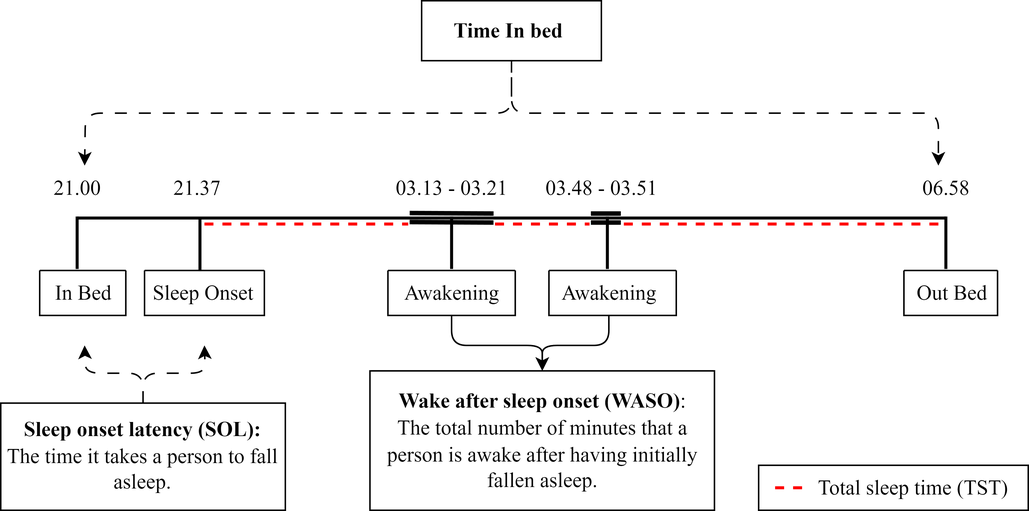
Above: Plots/Nightperiod.drawio.png in laurateilmann/Bachelor (draw.io), before the change. Source tidied: cells renumbered, new cells last; positions are measured from the earlier drawing's top-left corner, leaving out a move shared by most shapes.
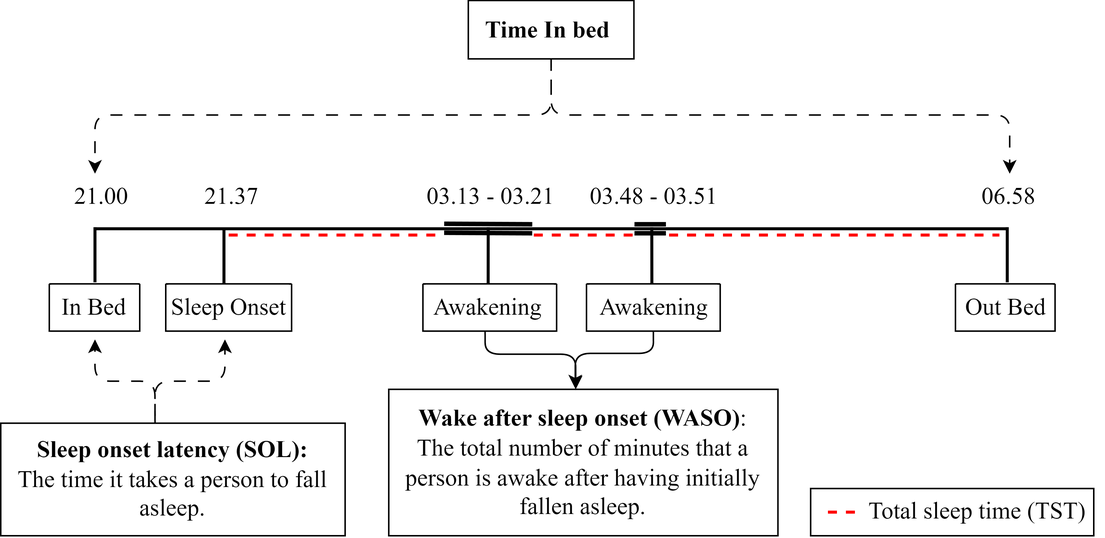
The same diagram one commit later.

The edit, as a diff of the source:
```diff
@@ -2,153 +2,176 @@
   <root>
     <mxCell id="0" />
     <mxCell id="1" parent="0" />
+    <mxCell id="40" style="group;" parent="1" vertex="1">
+      <mxGeometry x="-37" y="-17.2" width="730" height="357.2" as="geometry" />
+    </mxCell>
-    <mxCell id="2" style="rounded=0;whiteSpace=wrap;html=1;fontSize=14;" parent="1" vertex="1">
-      <mxGeometry x="506" y="310" width="180" height="30" as="geometry" />
+    <mxCell id="2" style="rounded=0;whiteSpace=wrap;html=1;fontSize=14;" parent="40" vertex="1">
+      <mxGeometry x="540.9" y="325.7" width="189.1" height="31.5" as="geometry" />
     </mxCell>
-    <mxCell id="3" style="edgeStyle=orthogonalEdgeStyle;rounded=1;jettySize=auto;html=1;exitX=0.5;exitY=1;exitDx=0;exitDy=0;dashed=1;dashPattern=8 8;fontSize=14;" parent="1" edge="1" source="5">
+    <mxCell id="3" style="edgeStyle=orthogonalEdgeStyle;rounded=1;jettySize=auto;html=1;exitX=0.5;exitY=1;exitDx=0;exitDy=0;dashed=1;dashPattern=8 8;fontSize=14;" parent="40" edge="1" source="5">
       <mxGeometry relative="1" as="geometry">
-        <mxPoint x="56" y="110" as="targetPoint" />
+        <mxPoint x="62.9" y="115.6" as="targetPoint" />
+        <Array as="points">
+          <mxPoint x="367.8" y="76.4" />
+          <mxPoint x="62.7" y="76.4" />
+        </Array>
       </mxGeometry>
     </mxCell>
-    <mxCell id="4" style="edgeStyle=orthogonalEdgeStyle;rounded=1;orthogonalLoop=1;jettySize=auto;html=1;exitX=0.5;exitY=1;exitDx=0;exitDy=0;dashed=1;dashPattern=8 8;fontSize=14;" parent="1" edge="1">
+    <mxCell id="4" style="edgeStyle=orthogonalEdgeStyle;rounded=1;jettySize=auto;html=1;exitX=0.5;exitY=1;exitDx=0;exitDy=0;dashed=1;dashPattern=8 8;fontSize=14;" parent="40" edge="1" target="15">
       <mxGeometry relative="1" as="geometry">
-        <mxPoint x="341" y="35" as="sourcePoint" />
-        <mxPoint x="626" y="110" as="targetPoint" />
+        <mxPoint x="367.6" y="36.8" as="sourcePoint" />
         <Array as="points">
-          <mxPoint x="341" y="75" />
-          <mxPoint x="626" y="75" />
+          <mxPoint x="367.8" y="76.4" />
+          <mxPoint x="673.8" y="76.4" />
         </Array>
       </mxGeometry>
     </mxCell>
-    <mxCell id="5" value="&lt;font face=&quot;Times New Roman&quot; style=&quot;font-size: 14px;&quot;&gt;&lt;b style=&quot;font-size: 14px;&quot;&gt;Time In bed&amp;nbsp;&lt;/b&gt;&lt;/font&gt;" style="rounded=0;whiteSpace=wrap;html=1;fontSize=14;" parent="1" vertex="1">
-      <mxGeometry x="281" width="120" height="40" as="geometry" />
+    <mxCell id="5" value="&lt;font face=&quot;Times New Roman&quot; style=&quot;font-size: 16px;&quot;&gt;&lt;b style=&quot;&quot;&gt;Time In bed&amp;nbsp;&lt;/b&gt;&lt;/font&gt;" style="rounded=0;whiteSpace=wrap;html=1;fontSize=14;" parent="40" vertex="1">
+      <mxGeometry x="312.3" width="110.6" height="39" as="geometry" />
     </mxCell>
-    <mxCell id="6" style="line;strokeWidth=2;html=1;perimeter=backbonePerimeter;fontSize=14;" parent="1" vertex="1">
-      <mxGeometry x="51" y="140" width="580" height="10" as="geometry" />
+    <mxCell id="6" style="line;strokeWidth=2;html=1;perimeter=backbonePerimeter;fontSize=14;" parent="40" vertex="1">
+      <mxGeometry x="62.9" y="147.1" width="609.3" height="10.5" as="geometry" />
     </mxCell>
-    <mxCell id="7" style="endArrow=none;html=1;rounded=0;strokeWidth=2;fontSize=14;" parent="1" edge="1">
+    <mxCell id="7" style="endArrow=none;html=1;rounded=0;strokeWidth=2;fontSize=14;" parent="40" edge="1">
       <mxGeometry relative="1" as="geometry">
-        <mxPoint x="51" y="179" as="sourcePoint" />
-        <mxPoint x="51" y="144" as="targetPoint" />
+        <mxPoint x="62.9" y="188" as="sourcePoint" />
+        <mxPoint x="62.9" y="151.3" as="targetPoint" />
       </mxGeometry>
     </mxCell>
-    <mxCell id="8" style="endArrow=none;html=1;rounded=0;strokeWidth=2;fontSize=14;" parent="1" edge="1">
+    <mxCell id="8" style="endArrow=none;html=1;rounded=0;strokeWidth=2;fontSize=14;" parent="40" edge="1">
       <mxGeometry relative="1" as="geometry">
-        <mxPoint x="133" y="180" as="sourcePoint" />
-        <mxPoint x="133" y="145" as="targetPoint" />
+        <mxPoint x="149.1" y="189.1" as="sourcePoint" />
+        <mxPoint x="149.1" y="152.3" as="targetPoint" />
       </mxGeometry>
     </mxCell>
-    <mxCell id="9" style="swimlane;startSize=0;fontSize=14;" parent="1" vertex="1">
-      <mxGeometry x="26" y="180" width="57.5" height="30" as="geometry" />
+    <mxCell id="9" style="swimlane;startSize=0;fontSize=14;" parent="40" vertex="1">
+      <mxGeometry x="32.4" y="189.1" width="60.4" height="31.5" as="geometry" />
     </mxCell>
-    <mxCell id="10" value="&lt;font face=&quot;Times New Roman&quot; style=&quot;font-size: 14px;&quot;&gt;In Bed&lt;/font&gt;" style="text;html=1;align=center;verticalAlign=middle;strokeColor=none;fillColor=none;fontSize=14;" parent="9" vertex="1">
-      <mxGeometry x="-1.5" width="60" height="30" as="geometry" />
+    <mxCell id="10" value="&lt;font face=&quot;Times New Roman&quot; style=&quot;font-size: 16px;&quot;&gt;In Bed&lt;/font&gt;" style="text;html=1;align=center;verticalAlign=middle;strokeColor=none;fillColor=none;fontSize=14;" parent="9" vertex="1">
+      <mxGeometry x="-5.7" width="70" height="30" as="geometry" />
     </mxCell>
-    <mxCell id="11" style="swimlane;startSize=0;fontSize=14;" parent="1" vertex="1">
-      <mxGeometry x="96" y="180" width="80" height="30" as="geometry" />
+    <mxCell id="11" style="swimlane;startSize=0;fontSize=14;" parent="40" vertex="1">
+      <mxGeometry x="110.2" y="189.1" width="84" height="31.5" as="geometry" />
     </mxCell>
-    <mxCell id="12" value="&lt;font face=&quot;Times New Roman&quot; style=&quot;font-size: 14px;&quot;&gt;Sleep Onset&lt;/font&gt;" style="text;html=1;align=center;verticalAlign=middle;strokeColor=none;fillColor=none;fontSize=14;" parent="11" vertex="1">
-      <mxGeometry x="-6" width="90" height="30" as="geometry" />
+    <mxCell id="12" value="&lt;font face=&quot;Times New Roman&quot; style=&quot;font-size: 16px;&quot;&gt;Sleep Onset&lt;/font&gt;" style="text;html=1;align=center;verticalAlign=middle;strokeColor=none;fillColor=none;fontSize=14;" parent="11" vertex="1">
+      <mxGeometry x="-8" width="100" height="30" as="geometry" />
     </mxCell>
-    <mxCell id="13" value="&lt;font face=&quot;Times New Roman&quot; style=&quot;font-size: 14px;&quot;&gt;21.00&lt;/font&gt;" style="text;html=1;align=center;verticalAlign=middle;strokeColor=none;fillColor=none;fontSize=14;" parent="1" vertex="1">
-      <mxGeometry x="21" y="110" width="60" height="30" as="geometry" />
+    <mxCell id="13" value="&lt;font face=&quot;Times New Roman&quot; style=&quot;font-size: 16px;&quot;&gt;21.00&lt;/font&gt;" style="text;html=1;align=center;verticalAlign=middle;strokeColor=none;fillColor=none;fontSize=14;" parent="40" vertex="1">
+      <mxGeometry x="36.7" y="115.6" width="60" height="30" as="geometry" />
     </mxCell>
-    <mxCell id="14" value="&lt;font face=&quot;Times New Roman&quot; style=&quot;font-size: 14px;&quot;&gt;21.37&lt;/font&gt;" style="text;html=1;align=center;verticalAlign=middle;strokeColor=none;fillColor=none;fontSize=14;" parent="1" vertex="1">
-      <mxGeometry x="101" y="110" width="60" height="30" as="geometry" />
+    <mxCell id="14" value="&lt;font face=&quot;Times New Roman&quot; style=&quot;font-size: 16px;&quot;&gt;21.37&lt;/font&gt;" style="text;html=1;align=center;verticalAlign=middle;strokeColor=none;fillColor=none;fontSize=14;" parent="40" vertex="1">
+      <mxGeometry x="124.2" y="115.6" width="60" height="30" as="geometry" />
     </mxCell>
-    <mxCell id="15" value="&lt;font face=&quot;Times New Roman&quot; style=&quot;font-size: 14px;&quot;&gt;06.58&lt;/font&gt;" style="text;html=1;align=center;verticalAlign=middle;points=[];strokeColor=none;fillColor=none;fontSize=14;" parent="1" vertex="1">
-      <mxGeometry x="601" y="110" width="60" height="30" as="geometry" />
+    <mxCell id="15" value="&lt;font face=&quot;Times New Roman&quot; style=&quot;font-size: 16px;&quot;&gt;06.58&lt;/font&gt;" style="text;html=1;align=center;verticalAlign=middle;points=[];strokeColor=none;fillColor=none;fontSize=14;" parent="40" vertex="1">
+      <mxGeometry x="642.8" y="115.6" width="60" height="30" as="geometry" />
     </mxCell>
-    <mxCell id="16" style="endArrow=none;html=1;rounded=0;strokeWidth=2;fontSize=14;" parent="1" edge="1">
+    <mxCell id="16" style="endArrow=none;html=1;rounded=0;strokeWidth=2;fontSize=14;" parent="40" edge="1">
       <mxGeometry relative="1" as="geometry">
-        <mxPoint x="631" y="179" as="sourcePoint" />
-        <mxPoint x="631" y="144" as="targetPoint" />
+        <mxPoint x="672.2" y="188" as="sourcePoint" />
+        <mxPoint x="672.2" y="151.3" as="targetPoint" />
       </mxGeometry>
     </mxCell>
-    <mxCell id="17" style="swimlane;startSize=0;fontSize=14;" parent="1" vertex="1">
-      <mxGeometry x="603" y="180" width="62.5" height="30" as="geometry" />
+    <mxCell id="17" style="swimlane;startSize=0;fontSize=14;" parent="40" vertex="1">
+      <mxGeometry x="637.6" y="189.1" width="66.5" height="31.5" as="geometry" />
     </mxCell>
-    <mxCell id="18" value="&lt;font face=&quot;Times New Roman&quot; style=&quot;font-size: 14px;&quot;&gt;Out Bed&lt;/font&gt;" style="text;html=1;align=center;verticalAlign=middle;strokeColor=none;fillColor=none;fontSize=14;" parent="17" vertex="1">
-      <mxGeometry x="-3.5" width="70" height="30" as="geometry" />
+    <mxCell id="18" value="&lt;font face=&quot;Times New Roman&quot; style=&quot;font-size: 16px;&quot;&gt;Out Bed&lt;/font&gt;" style="text;html=1;align=center;verticalAlign=middle;strokeColor=none;fillColor=none;fontSize=14;" parent="17" vertex="1">
+      <mxGeometry x="-6.7" width="80" height="30" as="geometry" />
     </mxCell>
-    <mxCell id="19" style="shape=link;html=1;rounded=0;strokeWidth=3;fontSize=14;" parent="1" edge="1">
+    <mxCell id="19" style="shape=link;html=1;rounded=0;strokeWidth=3;fontSize=14;" parent="40" edge="1">
       <mxGeometry relative="1" as="geometry">
-        <mxPoint x="273" y="144.7" as="sourcePoint" />
-        <mxPoint x="329" y="145" as="targetPoint" />
+        <mxPoint x="296.1" y="152" as="sourcePoint" />
+        <mxPoint x="355" y="152.3" as="targetPoint" />
       </mxGeometry>
     </mxCell>
-    <mxCell id="20" style="shape=link;html=1;rounded=0;strokeWidth=3;fontSize=14;" parent="1" edge="1">
+    <mxCell id="20" style="shape=link;html=1;rounded=0;strokeWidth=3;fontSize=14;" parent="40" edge="1">
       <mxGeometry relative="1" as="geometry">
-        <mxPoint x="394" y="145" as="sourcePoint" />
-        <mxPoint x="414" y="145" as="targetPoint" />
+        <mxPoint x="423.3" y="152.3" as="sourcePoint" />
+        <mxPoint x="444.3" y="152.3" as="targetPoint" />
       </mxGeometry>
     </mxCell>
-    <mxCell id="21" value="&lt;font face=&quot;Times New Roman&quot; style=&quot;font-size: 14px;&quot;&gt;03.13 - 03.21&lt;/font&gt;" style="text;html=1;align=center;verticalAlign=middle;strokeColor=none;fillColor=none;fontSize=14;" parent="1" vertex="1">
-      <mxGeometry x="251" y="110" width="100" height="30" as="geometry" />
+    <mxCell id="21" value="&lt;font face=&quot;Times New Roman&quot; style=&quot;font-size: 16px;&quot;&gt;03.13 - 03.21&lt;/font&gt;" style="text;html=1;align=center;verticalAlign=middle;strokeColor=none;fillColor=none;fontSize=14;" parent="40" vertex="1">
+      <mxGeometry x="271.6" y="115.6" width="110" height="30" as="geometry" />
     </mxCell>
-    <mxCell id="22" value="&lt;font face=&quot;Times New Roman&quot; style=&quot;font-size: 14px;&quot;&gt;03.48 - 03.51&lt;/font&gt;" style="text;html=1;align=center;verticalAlign=middle;strokeColor=none;fillColor=none;fontSize=14;" parent="1" vertex="1">
-      <mxGeometry x="351" y="110" width="100" height="30" as="geometry" />
+    <mxCell id="22" value="&lt;font face=&quot;Times New Roman&quot; style=&quot;font-size: 16px;&quot;&gt;03.48 - 03.51&lt;/font&gt;" style="text;html=1;align=center;verticalAlign=middle;strokeColor=none;fillColor=none;fontSize=14;" parent="40" vertex="1">
+      <mxGeometry x="380.9" y="115.6" width="110" height="30" as="geometry" />
     </mxCell>
-    <mxCell id="23" style="endArrow=none;html=1;rounded=0;strokeWidth=2;fontSize=14;" parent="1" edge="1">
+    <mxCell id="23" style="endArrow=none;html=1;rounded=0;strokeWidth=2;fontSize=14;exitX=0.488;exitY=-0.004;exitDx=0;exitDy=0;exitPerimeter=0;" parent="40" edge="1" source="24">
       <mxGeometry relative="1" as="geometry">
-        <mxPoint x="301" y="179" as="sourcePoint" />
-        <mxPoint x="301" y="144" as="targetPoint" />
+        <mxPoint x="325.6" y="151.3" as="targetPoint" />
       </mxGeometry>
     </mxCell>
-    <mxCell id="24" style="swimlane;startSize=0;fontSize=14;" parent="1" vertex="1">
-      <mxGeometry x="258.5" y="180" width="85" height="30" as="geometry" />
+    <mxCell id="24" style="swimlane;startSize=0;fontSize=14;" parent="40" vertex="1">
+      <mxGeometry x="282" y="189.1" width="89.3" height="31.5" as="geometry" />
     </mxCell>
-    <mxCell id="25" value="&lt;font face=&quot;Times New Roman&quot; style=&quot;font-size: 14px;&quot;&gt;Awakening&lt;/font&gt;" style="text;html=1;align=center;verticalAlign=middle;points=[];strokeColor=none;fillColor=none;fontSize=14;" parent="24" vertex="1">
-      <mxGeometry x="-2.5" width="90" height="30" as="geometry" />
+    <mxCell id="25" value="&lt;font face=&quot;Times New Roman&quot; style=&quot;font-size: 16px;&quot;&gt;Awakening&lt;/font&gt;" style="text;html=1;align=center;verticalAlign=middle;points=[];strokeColor=none;fillColor=none;fontSize=14;" parent="24" vertex="1">
+      <mxGeometry x="-6.8" width="100" height="30" as="geometry" />
     </mxCell>
-    <mxCell id="26" style="endArrow=none;html=1;rounded=0;strokeWidth=2;fontSize=14;" parent="1" edge="1">
+    <mxCell id="26" style="endArrow=none;html=1;rounded=0;strokeWidth=2;fontSize=14;exitX=0.489;exitY=0;exitDx=0;exitDy=0;exitPerimeter=0;" parent="40" edge="1" source="27">
       <mxGeometry relative="1" as="geometry">
-        <mxPoint x="405" y="179" as="sourcePoint" />
-        <mxPoint x="405" y="144" as="targetPoint" />
+        <mxPoint x="434.8" y="151.3" as="targetPoint" />
       </mxGeometry>
     </mxCell>
-    <mxCell id="27" style="swimlane;startSize=0;fontSize=14;" parent="1" vertex="1">
-      <mxGeometry x="366" y="180" width="85" height="30" as="geometry" />
+    <mxCell id="27" style="swimlane;startSize=0;fontSize=14;" parent="40" vertex="1">
+      <mxGeometry x="391.2" y="189.1" width="89.3" height="31.5" as="geometry" />
     </mxCell>
-    <mxCell id="28" value="&lt;font face=&quot;Times New Roman&quot; style=&quot;font-size: 14px;&quot;&gt;Awakening&lt;/font&gt;" style="text;html=1;align=center;verticalAlign=middle;points=[];strokeColor=none;fillColor=none;fontSize=14;" parent="27" vertex="1">
-      <mxGeometry x="-5" width="90" height="30" as="geometry" />
+    <mxCell id="28" value="&lt;font face=&quot;Times New Roman&quot; style=&quot;font-size: 16px;&quot;&gt;Awakening&lt;/font&gt;" style="text;html=1;align=center;verticalAlign=middle;points=[];strokeColor=none;fillColor=none;fontSize=14;" parent="27" vertex="1">
+      <mxGeometry x="-5.4" width="100" height="30" as="geometry" />
     </mxCell>
-    <mxCell id="29" value="&lt;font face=&quot;Times New Roman&quot; style=&quot;font-size: 14px;&quot;&gt;&lt;b style=&quot;font-size: 14px;&quot;&gt;Wake after sleep onset (WASO)&lt;/b&gt;:&lt;br style=&quot;font-size: 14px;&quot;&gt;The total number of minutes that a person is awake after having initially fallen asleep.&lt;br style=&quot;font-size: 14px;&quot;&gt;&lt;/font&gt;" style="whiteSpace=wrap;html=1;fontSize=14;" parent="1" vertex="1">
-      <mxGeometry x="246.5" y="247" width="230" height="93" as="geometry" />
+    <mxCell id="29" value="&lt;font face=&quot;Times New Roman&quot; style=&quot;&quot;&gt;&lt;font style=&quot;font-size: 16px;&quot;&gt;&lt;b style=&quot;&quot;&gt;Wake after sleep onset (WASO)&lt;/b&gt;:&lt;br style=&quot;&quot;&gt;The total number of minutes that a person is awake after having initially fallen asleep.&lt;/font&gt;&lt;br style=&quot;font-size: 14px;&quot;&gt;&lt;/font&gt;" style="whiteSpace=wrap;html=1;fontSize=14;" parent="40" vertex="1">
+      <mxGeometry x="259.1" y="259.5" width="259.9" height="97.7" as="geometry" />
     </mxCell>
-    <mxCell id="30" style="edgeStyle=orthogonalEdgeStyle;rounded=1;jettySize=auto;html=1;fontSize=14;" parent="1" edge="1" source="25" target="29">
-      <mxGeometry relative="1" as="geometry" />
+    <mxCell id="30" style="edgeStyle=orthogonalEdgeStyle;rounded=1;jettySize=auto;html=1;fontSize=14;exitX=0.465;exitY=1.004;exitDx=0;exitDy=0;exitPerimeter=0;" parent="40" edge="1" source="24" target="29">
+      <mxGeometry relative="1" as="geometry">
+        <Array as="points">
+          <mxPoint x="324" y="236" />
+          <mxPoint x="384" y="236" />
+        </Array>
+      </mxGeometry>
     </mxCell>
-    <mxCell id="31" style="edgeStyle=orthogonalEdgeStyle;rounded=1;jettySize=auto;html=1;fontSize=14;" parent="1" edge="1" source="28" target="29">
-      <mxGeometry relative="1" as="geometry" />
-    </mxCell>
-    <mxCell id="32" style="edgeStyle=orthogonalEdgeStyle;rounded=1;jettySize=auto;html=1;exitX=0.5;exitY=0;exitDx=0;exitDy=0;dashed=1;dashPattern=8 8;fontSize=14;" parent="1" edge="1" source="34">
+    <mxCell id="32" style="edgeStyle=orthogonalEdgeStyle;rounded=1;jettySize=auto;html=1;dashed=1;dashPattern=8 8;fontSize=14;exitX=0.448;exitY=-0.002;exitDx=0;exitDy=0;exitPerimeter=0;" parent="40" edge="1" source="34">
       <mxGeometry relative="1" as="geometry">
-        <mxPoint x="56" y="230" as="targetPoint" />
+        <mxPoint x="62.9" y="226.1" as="targetPoint" />
+        <Array as="points">
+          <mxPoint x="103" y="254" />
+          <mxPoint x="63" y="254" />
+        </Array>
       </mxGeometry>
     </mxCell>
-    <mxCell id="33" style="edgeStyle=orthogonalEdgeStyle;rounded=1;jettySize=auto;html=1;exitX=0.5;exitY=0;exitDx=0;exitDy=0;dashed=1;dashPattern=8 8;fontSize=14;" parent="1" edge="1" source="34">
+    <mxCell id="33" style="edgeStyle=orthogonalEdgeStyle;rounded=1;jettySize=auto;html=1;exitX=0.448;exitY=-0.065;exitDx=0;exitDy=0;dashed=1;dashPattern=8 8;fontSize=14;exitPerimeter=0;" parent="40" edge="1" source="34">
       <mxGeometry relative="1" as="geometry">
-        <mxPoint x="136" y="230" as="targetPoint" />
+        <mxPoint x="149.7" y="226.1" as="targetPoint" />
+        <Array as="points">
+          <mxPoint x="103" y="254" />
+          <mxPoint x="150" y="254" />
+        </Array>
       </mxGeometry>
     </mxCell>
-    <mxCell id="34" value="&lt;font face=&quot;Times New Roman&quot; style=&quot;font-size: 14px;&quot;&gt;&lt;b style=&quot;font-size: 14px;&quot;&gt;Sleep onset latency (SOL):&lt;/b&gt;&lt;br style=&quot;font-size: 14px;&quot;&gt;The time it takes a person to fall asleep.&lt;/font&gt;" style="rounded=0;whiteSpace=wrap;html=1;fontSize=14;" parent="1" vertex="1">
-      <mxGeometry y="268.5" width="190" height="71.5" as="geometry" />
+    <mxCell id="34" value="&lt;font face=&quot;Times New Roman&quot; style=&quot;&quot;&gt;&lt;font style=&quot;font-size: 16px;&quot;&gt;&lt;b style=&quot;&quot;&gt;Sleep onset latency (SOL):&lt;/b&gt;&lt;br style=&quot;&quot;&gt;&lt;/font&gt;&lt;font style=&quot;font-size: 16px;&quot;&gt;The time it takes a person to fall asleep.&lt;/font&gt;&lt;/font&gt;" style="rounded=0;whiteSpace=wrap;html=1;fontSize=14;" parent="40" vertex="1">
+      <mxGeometry y="282.1" width="230" height="75.1" as="geometry" />
     </mxCell>
-    <mxCell id="35" style="line;strokeWidth=2;html=1;perimeter=backbonePerimeter;strokeColor=#ff0000;dashed=1;fontSize=14;" parent="1" vertex="1">
-      <mxGeometry x="136" y="144" width="136" height="10" as="geometry" />
+    <mxCell id="35" style="line;strokeWidth=2;html=1;perimeter=backbonePerimeter;strokeColor=#ff0000;dashed=1;fontSize=14;" parent="40" vertex="1">
+      <mxGeometry x="152.2" y="151.3" width="142.9" height="10.5" as="geometry" />
     </mxCell>
-    <mxCell id="36" style="line;strokeWidth=2;html=1;perimeter=backbonePerimeter;strokeColor=#ff0000;fillColor=#0d0c0c;dashed=1;fontSize=14;" parent="1" vertex="1">
-      <mxGeometry x="330" y="144" width="63" height="10" as="geometry" />
+    <mxCell id="36" style="line;strokeWidth=2;html=1;perimeter=backbonePerimeter;strokeColor=#ff0000;fillColor=#0d0c0c;dashed=1;fontSize=14;" parent="40" vertex="1">
+      <mxGeometry x="356" y="151.3" width="66.2" height="10.5" as="geometry" />
     </mxCell>
-    <mxCell id="37" style="line;strokeWidth=2;html=1;perimeter=backbonePerimeter;strokeColor=#ff0000;gradientColor=none;fillStyle=dashed;dashed=1;fontSize=14;" parent="1" vertex="1">
-      <mxGeometry x="416" y="144" width="210" height="10" as="geometry" />
+    <mxCell id="37" style="line;strokeWidth=2;html=1;perimeter=backbonePerimeter;strokeColor=#ff0000;gradientColor=none;fillStyle=dashed;dashed=1;fontSize=14;" parent="40" vertex="1">
+      <mxGeometry x="446.4" y="151.3" width="220.6" height="10.5" as="geometry" />
     </mxCell>
-    <mxCell id="38" style="line;strokeWidth=2;html=1;perimeter=backbonePerimeter;strokeColor=#ff0000;gradientColor=none;fillStyle=dashed;dashed=1;fontSize=14;" parent="1" vertex="1">
-      <mxGeometry x="517" y="320" width="20" height="10" as="geometry" />
+    <mxCell id="38" style="line;strokeWidth=2;html=1;perimeter=backbonePerimeter;strokeColor=#ff0000;gradientColor=none;fillStyle=dashed;dashed=1;fontSize=14;" parent="40" vertex="1">
+      <mxGeometry x="552.5" y="336.2" width="21" height="10.5" as="geometry" />
     </mxCell>
-    <mxCell id="39" value="&lt;font face=&quot;Times New Roman&quot; style=&quot;font-size: 14px;&quot;&gt;Total sleep time (TST)&lt;/font&gt;" style="text;html=1;align=center;verticalAlign=middle;strokeColor=none;fillColor=none;fontSize=14;" parent="1" vertex="1">
-      <mxGeometry x="534" y="310" width="150" height="30" as="geometry" />
+    <mxCell id="39" value="&lt;font face=&quot;Times New Roman&quot; style=&quot;font-size: 16px;&quot;&gt;Total sleep time (TST)&lt;/font&gt;" style="text;html=1;align=center;verticalAlign=middle;strokeColor=none;fillColor=none;fontSize=14;" parent="40" vertex="1">
+      <mxGeometry x="567" y="325.7" width="170" height="30" as="geometry" />
     </mxCell>
+    <mxCell id="41" style="edgeStyle=orthogonalEdgeStyle;rounded=1;jettySize=auto;html=1;fontSize=14;entryX=0.479;entryY=-0.006;entryDx=0;entryDy=0;entryPerimeter=0;exitX=0.5;exitY=1;exitDx=0;exitDy=0;" parent="40" edge="1" source="27" target="29">
+      <mxGeometry relative="1" as="geometry">
+        <Array as="points">
+          <mxPoint x="436.1" y="235.5" />
+          <mxPoint x="383.7" y="235.5" />
+          <mxPoint x="383.7" y="258.9" />
+        </Array>
+      </mxGeometry>
+    </mxCell>
   </root>
 </mxGraphModel>
```
